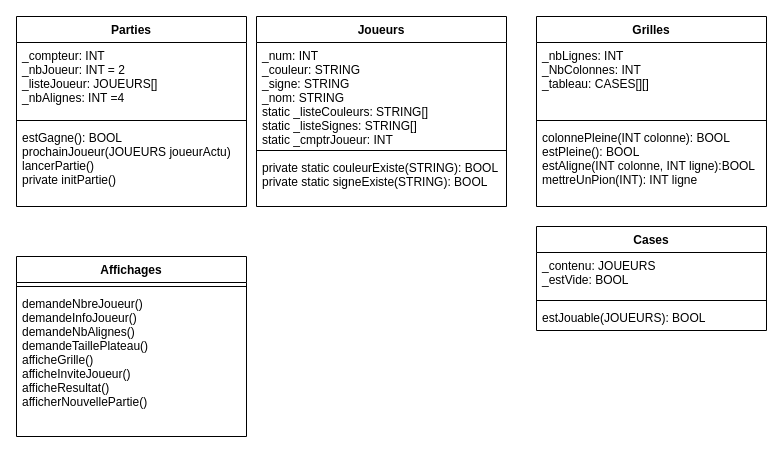
Before: Exercices/02 - Composants d'interface/Puissance4/Puissance4.drawio in DelaliauxFlorent/AFPA_CDA, a draw.io diagram. Source tidied: cells renumbered, new cells numbered last; positions are measured from the earlier drawing's top-left corner, leaving out a move shared by most shapes. Both pictures are drawn from the tidied source at 100%, with x=0, y=0 at pixel (16, 16).
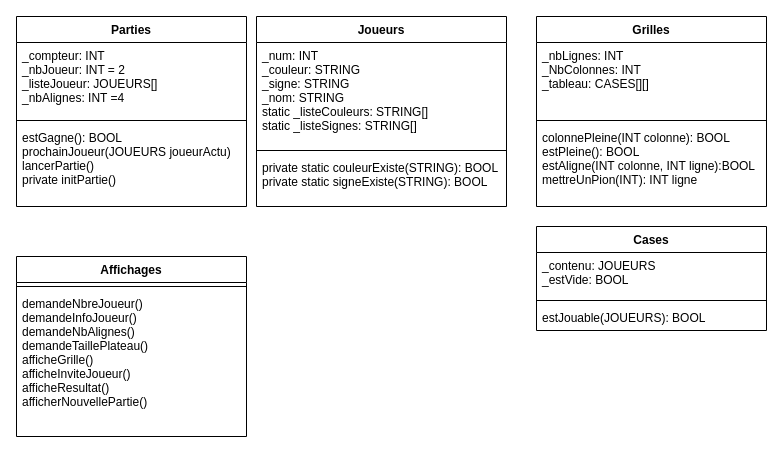
The same page after the edit.

The change refers to these unchanged cells:
```xml
<mxCell id="6" value="Joueurs" style="swimlane;fontStyle=1;align=center;verticalAlign=top;horizontal=1;startSize=26;" parent="1" vertex="1">
  <mxGeometry x="240" width="250" height="190" as="geometry" />
</mxCell>
```

Diff of the diagram source:
```diff
@@
-    <mxCell id="7" value="_num: INT&#10;_couleur: STRING&#10;_signe: STRING&#10;_nom: STRING&#10;static _listeCouleurs: STRING[]&#10;static _listeSignes: STRING[]&#10;static _cmptrJoueur: INT" style="text;strokeColor=none;fillColor=none;align=left;verticalAlign=top;spacingLeft=4;spacingRight=4;overflow=hidden;" parent="6" vertex="1">
+    <mxCell id="7" value="_num: INT&#10;_couleur: STRING&#10;_signe: STRING&#10;_nom: STRING&#10;static _listeCouleurs: STRING[]&#10;static _listeSignes: STRING[]" style="text;strokeColor=none;fillColor=none;align=left;verticalAlign=top;spacingLeft=4;spacingRight=4;overflow=hidden;" parent="6" vertex="1">
       <mxGeometry y="26" width="250" height="104" as="geometry" />
     </mxCell>
```
